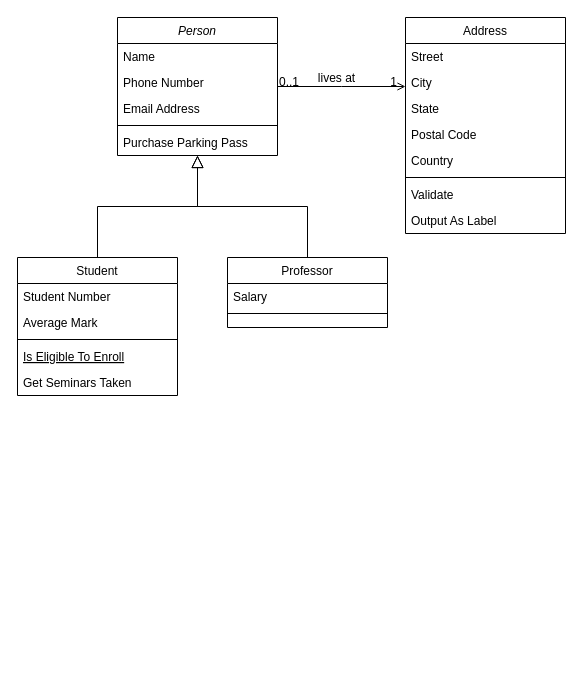
Ifattt/tefa-perpus-digital keeps this draw.io diagram as diagramclass-perpus.drawio. Above is the earlier version. Source tidied: cells renumbered, new cells numbered last; positions are measured from the earlier drawing's top-left corner, leaving out a move shared by most shapes. Both pictures are drawn from the tidied source at 100%, with x=0, y=0 at pixel (17, 17).
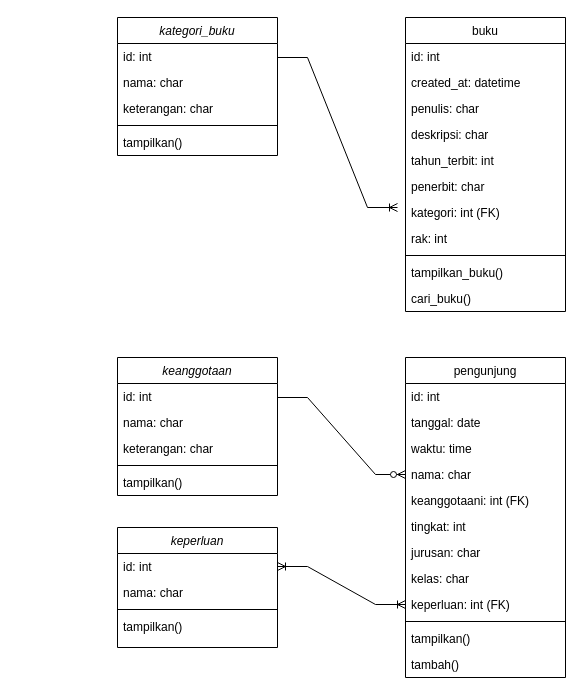
After the change.

The edit, as a diff of the source:
```diff
@@
-    <mxCell id="2" value="Person" style="swimlane;fontStyle=2;align=center;verticalAlign=top;horizontal=1;startSize=26;rounded=0;shadow=0;strokeWidth=1;" parent="1" vertex="1">
+    <mxCell id="2" value="kategori_buku" style="swimlane;fontStyle=2;align=center;verticalAlign=top;horizontal=1;startSize=26;rounded=0;shadow=0;strokeWidth=1;" parent="1" vertex="1">
       <mxGeometry x="100" width="160" height="138" as="geometry" />
     </mxCell>
-    <mxCell id="3" value="Name" style="text;align=left;verticalAlign=top;spacingLeft=4;spacingRight=4;overflow=hidden;" parent="2" vertex="1">
+    <mxCell id="3" value="id: int" style="text;align=left;verticalAlign=top;spacingLeft=4;spacingRight=4;overflow=hidden;" parent="2" vertex="1">
       <mxGeometry y="26" width="160" height="26" as="geometry" />
     </mxCell>
-    <mxCell id="4" value="Phone Number" style="text;align=left;verticalAlign=top;spacingLeft=4;spacingRight=4;overflow=hidden;rounded=0;shadow=0;html=0;" parent="2" vertex="1">
+    <mxCell id="4" value="nama: char" style="text;align=left;verticalAlign=top;spacingLeft=4;spacingRight=4;overflow=hidden;rounded=0;shadow=0;html=0;" parent="2" vertex="1">
       <mxGeometry y="52" width="160" height="26" as="geometry" />
     </mxCell>
-    <mxCell id="5" value="Email Address" style="text;align=left;verticalAlign=top;spacingLeft=4;spacingRight=4;overflow=hidden;rounded=0;shadow=0;html=0;" parent="2" vertex="1">
+    <mxCell id="5" value="keterangan: char" style="text;align=left;verticalAlign=top;spacingLeft=4;spacingRight=4;overflow=hidden;rounded=0;shadow=0;html=0;" parent="2" vertex="1">
       <mxGeometry y="78" width="160" height="26" as="geometry" />
     </mxCell>
@@
-    <mxCell id="7" value="Purchase Parking Pass" style="text;align=left;verticalAlign=top;spacingLeft=4;spacingRight=4;overflow=hidden;" parent="2" vertex="1">
+    <mxCell id="7" value="tampilkan()" style="text;align=left;verticalAlign=top;spacingLeft=4;spacingRight=4;overflow=hidden;" parent="2" vertex="1">
       <mxGeometry y="112" width="160" height="26" as="geometry" />
     </mxCell>
-    <mxCell id="8" value="Student" style="swimlane;fontStyle=0;align=center;verticalAlign=top;horizontal=1;startSize=26;rounded=0;shadow=0;strokeWidth=1;" parent="1" vertex="1">
-      <mxGeometry y="240" width="160" height="138" as="geometry" />
-    </mxCell>
-    <mxCell id="9" value="Student Number" style="text;align=left;verticalAlign=top;spacingLeft=4;spacingRight=4;overflow=hidden;" parent="8" vertex="1">
-      <mxGeometry y="26" width="160" height="26" as="geometry" />
-    </mxCell>
-    <mxCell id="10" value="Average Mark" style="text;align=left;verticalAlign=top;spacingLeft=4;spacingRight=4;overflow=hidden;rounded=0;shadow=0;html=0;" parent="8" vertex="1">
-      <mxGeometry y="52" width="160" height="26" as="geometry" />
-    </mxCell>
-    <mxCell id="11" style="line;html=1;strokeWidth=1;align=left;verticalAlign=middle;spacingTop=-1;spacingLeft=3;spacingRight=3;labelPosition=right;" parent="8" vertex="1">
-      <mxGeometry y="78" width="160" height="8" as="geometry" />
-    </mxCell>
-    <mxCell id="12" value="Is Eligible To Enroll" style="text;align=left;verticalAlign=top;spacingLeft=4;spacingRight=4;overflow=hidden;fontStyle=4;" parent="8" vertex="1">
-      <mxGeometry y="86" width="160" height="26" as="geometry" />
-    </mxCell>
-    <mxCell id="13" value="Get Seminars Taken" style="text;align=left;verticalAlign=top;spacingLeft=4;spacingRight=4;overflow=hidden;" parent="8" vertex="1">
-      <mxGeometry y="112" width="160" height="26" as="geometry" />
-    </mxCell>
-    <mxCell id="14" style="endArrow=block;endSize=10;endFill=0;shadow=0;strokeWidth=1;rounded=0;edgeStyle=elbowEdgeStyle;elbow=vertical;" parent="1" edge="1" source="8" target="2">
-      <mxGeometry relative="1" as="geometry" />
-    </mxCell>
-    <mxCell id="15" value="Professor" style="swimlane;fontStyle=0;align=center;verticalAlign=top;horizontal=1;startSize=26;rounded=0;shadow=0;strokeWidth=1;" parent="1" vertex="1">
-      <mxGeometry x="210" y="240" width="160" height="70" as="geometry" />
-    </mxCell>
-    <mxCell id="16" value="Salary" style="text;align=left;verticalAlign=top;spacingLeft=4;spacingRight=4;overflow=hidden;" parent="15" vertex="1">
-      <mxGeometry y="26" width="160" height="26" as="geometry" />
-    </mxCell>
-    <mxCell id="17" style="line;html=1;strokeWidth=1;align=left;verticalAlign=middle;spacingTop=-1;spacingLeft=3;spacingRight=3;labelPosition=right;" parent="15" vertex="1">
-      <mxGeometry y="52" width="160" height="8" as="geometry" />
-    </mxCell>
-    <mxCell id="18" style="endArrow=block;endSize=10;endFill=0;shadow=0;strokeWidth=1;rounded=0;edgeStyle=elbowEdgeStyle;elbow=vertical;" parent="1" edge="1" source="15" target="2">
-      <mxGeometry relative="1" as="geometry" />
-    </mxCell>
-    <mxCell id="19" value="Address" style="swimlane;fontStyle=0;align=center;verticalAlign=top;horizontal=1;startSize=26;rounded=0;shadow=0;strokeWidth=1;" parent="1" vertex="1">
-      <mxGeometry x="388" width="160" height="216" as="geometry" />
+    <mxCell id="19" value="buku" style="swimlane;fontStyle=0;align=center;verticalAlign=top;horizontal=1;startSize=26;rounded=0;shadow=0;strokeWidth=1;" parent="1" vertex="1">
+      <mxGeometry x="388" width="160" height="294" as="geometry" />
     </mxCell>
-    <mxCell id="20" value="Street" style="text;align=left;verticalAlign=top;spacingLeft=4;spacingRight=4;overflow=hidden;" parent="19" vertex="1">
+    <mxCell id="20" value="id: int" style="text;align=left;verticalAlign=top;spacingLeft=4;spacingRight=4;overflow=hidden;" parent="19" vertex="1">
       <mxGeometry y="26" width="160" height="26" as="geometry" />
     </mxCell>
-    <mxCell id="21" value="City" style="text;align=left;verticalAlign=top;spacingLeft=4;spacingRight=4;overflow=hidden;rounded=0;shadow=0;html=0;" parent="19" vertex="1">
+    <mxCell id="21" value="created_at: datetime" style="text;align=left;verticalAlign=top;spacingLeft=4;spacingRight=4;overflow=hidden;rounded=0;shadow=0;html=0;" parent="19" vertex="1">
       <mxGeometry y="52" width="160" height="26" as="geometry" />
     </mxCell>
-    <mxCell id="22" value="State" style="text;align=left;verticalAlign=top;spacingLeft=4;spacingRight=4;overflow=hidden;rounded=0;shadow=0;html=0;" parent="19" vertex="1">
+    <mxCell id="22" value="penulis: char" style="text;align=left;verticalAlign=top;spacingLeft=4;spacingRight=4;overflow=hidden;rounded=0;shadow=0;html=0;" parent="19" vertex="1">
       <mxGeometry y="78" width="160" height="26" as="geometry" />
     </mxCell>
-    <mxCell id="23" value="Postal Code" style="text;align=left;verticalAlign=top;spacingLeft=4;spacingRight=4;overflow=hidden;rounded=0;shadow=0;html=0;" parent="19" vertex="1">
+    <mxCell id="23" value="deskripsi: char" style="text;align=left;verticalAlign=top;spacingLeft=4;spacingRight=4;overflow=hidden;rounded=0;shadow=0;html=0;" parent="19" vertex="1">
       <mxGeometry y="104" width="160" height="26" as="geometry" />
     </mxCell>
-    <mxCell id="24" value="Country" style="text;align=left;verticalAlign=top;spacingLeft=4;spacingRight=4;overflow=hidden;rounded=0;shadow=0;html=0;" parent="19" vertex="1">
+    <mxCell id="24" value="tahun_terbit: int" style="text;align=left;verticalAlign=top;spacingLeft=4;spacingRight=4;overflow=hidden;rounded=0;shadow=0;html=0;" parent="19" vertex="1">
       <mxGeometry y="130" width="160" height="26" as="geometry" />
     </mxCell>
+    <mxCell id="32" value="penerbit: char" style="text;align=left;verticalAlign=top;spacingLeft=4;spacingRight=4;overflow=hidden;rounded=0;shadow=0;html=0;" parent="19" vertex="1">
+      <mxGeometry y="156" width="160" height="26" as="geometry" />
+    </mxCell>
+    <mxCell id="33" value="kategori: int (FK)" style="text;align=left;verticalAlign=top;spacingLeft=4;spacingRight=4;overflow=hidden;rounded=0;shadow=0;html=0;" parent="19" vertex="1">
+      <mxGeometry y="182" width="160" height="26" as="geometry" />
+    </mxCell>
+    <mxCell id="34" value="rak: int" style="text;align=left;verticalAlign=top;spacingLeft=4;spacingRight=4;overflow=hidden;rounded=0;shadow=0;html=0;" parent="19" vertex="1">
+      <mxGeometry y="208" width="160" height="26" as="geometry" />
+    </mxCell>
     <mxCell id="25" style="line;html=1;strokeWidth=1;align=left;verticalAlign=middle;spacingTop=-1;spacingLeft=3;spacingRight=3;labelPosition=right;" parent="19" vertex="1">
-      <mxGeometry y="156" width="160" height="8" as="geometry" />
+      <mxGeometry y="234" width="160" height="8" as="geometry" />
     </mxCell>
-    <mxCell id="26" value="Validate" style="text;align=left;verticalAlign=top;spacingLeft=4;spacingRight=4;overflow=hidden;" parent="19" vertex="1">
-      <mxGeometry y="164" width="160" height="26" as="geometry" />
+    <mxCell id="26" value="tampilkan_buku()" style="text;align=left;verticalAlign=top;spacingLeft=4;spacingRight=4;overflow=hidden;" parent="19" vertex="1">
+      <mxGeometry y="242" width="160" height="26" as="geometry" />
     </mxCell>
-    <mxCell id="27" value="Output As Label" style="text;align=left;verticalAlign=top;spacingLeft=4;spacingRight=4;overflow=hidden;" parent="19" vertex="1">
-      <mxGeometry y="190" width="160" height="26" as="geometry" />
+    <mxCell id="27" value="cari_buku()" style="text;align=left;verticalAlign=top;spacingLeft=4;spacingRight=4;overflow=hidden;" parent="19" vertex="1">
+      <mxGeometry y="268" width="160" height="26" as="geometry" />
     </mxCell>
-    <mxCell id="28" style="endArrow=open;shadow=0;strokeWidth=1;rounded=0;endFill=1;edgeStyle=elbowEdgeStyle;elbow=vertical;" parent="1" edge="1" source="2" target="19">
-      <mxGeometry x="0.5" y="41" relative="1" as="geometry">
-        <mxPoint x="-40" y="32" as="offset" />
-      </mxGeometry>
-    </mxCell>
-    <mxCell id="29" value="0..1" style="align=left;verticalAlign=bottom;labelBackgroundColor=none;fontSize=12;" parent="28" vertex="1">
-      <mxGeometry x="-1" relative="1" as="geometry">
-        <mxPoint y="4" as="offset" />
-      </mxGeometry>
-    </mxCell>
-    <mxCell id="30" value="1" style="align=right;verticalAlign=bottom;labelBackgroundColor=none;fontSize=12;" parent="28" vertex="1">
-      <mxGeometry x="1" relative="1" as="geometry">
-        <mxPoint x="-7" y="4" as="offset" />
-      </mxGeometry>
-    </mxCell>
-    <mxCell id="31" value="lives at" style="text;html=1;align=center;verticalAlign=middle;labelBackgroundColor=none;rounded=0;shadow=0;strokeWidth=1;fontSize=12;" parent="28" vertex="1">
-      <mxGeometry x="0.5" y="49" relative="1" as="geometry">
-        <mxPoint x="-38" y="40" as="offset" />
-      </mxGeometry>
-    </mxCell>
+    <mxCell id="35" value="keanggotaan" style="swimlane;fontStyle=2;align=center;verticalAlign=top;horizontal=1;startSize=26;rounded=0;shadow=0;strokeWidth=1;" parent="1" vertex="1">
+      <mxGeometry x="100" y="340" width="160" height="138" as="geometry" />
+    </mxCell>
+    <mxCell id="36" value="id: int" style="text;align=left;verticalAlign=top;spacingLeft=4;spacingRight=4;overflow=hidden;" parent="35" vertex="1">
+      <mxGeometry y="26" width="160" height="26" as="geometry" />
+    </mxCell>
+    <mxCell id="37" value="nama: char" style="text;align=left;verticalAlign=top;spacingLeft=4;spacingRight=4;overflow=hidden;rounded=0;shadow=0;html=0;" parent="35" vertex="1">
+      <mxGeometry y="52" width="160" height="26" as="geometry" />
+    </mxCell>
+    <mxCell id="38" value="keterangan: char" style="text;align=left;verticalAlign=top;spacingLeft=4;spacingRight=4;overflow=hidden;rounded=0;shadow=0;html=0;" parent="35" vertex="1">
+      <mxGeometry y="78" width="160" height="26" as="geometry" />
+    </mxCell>
+    <mxCell id="39" style="line;html=1;strokeWidth=1;align=left;verticalAlign=middle;spacingTop=-1;spacingLeft=3;spacingRight=3;labelPosition=right;" parent="35" vertex="1">
+      <mxGeometry y="104" width="160" height="8" as="geometry" />
+    </mxCell>
+    <mxCell id="40" value="tampilkan()" style="text;align=left;verticalAlign=top;spacingLeft=4;spacingRight=4;overflow=hidden;" parent="35" vertex="1">
+      <mxGeometry y="112" width="160" height="26" as="geometry" />
+    </mxCell>
+    <mxCell id="41" value="pengunjung" style="swimlane;fontStyle=0;align=center;verticalAlign=top;horizontal=1;startSize=26;rounded=0;shadow=0;strokeWidth=1;" parent="1" vertex="1">
+      <mxGeometry x="388" y="340" width="160" height="320" as="geometry" />
+    </mxCell>
+    <mxCell id="42" value="id: int" style="text;align=left;verticalAlign=top;spacingLeft=4;spacingRight=4;overflow=hidden;" parent="41" vertex="1">
+      <mxGeometry y="26" width="160" height="26" as="geometry" />
+    </mxCell>
+    <mxCell id="43" value="tanggal: date" style="text;align=left;verticalAlign=top;spacingLeft=4;spacingRight=4;overflow=hidden;rounded=0;shadow=0;html=0;" parent="41" vertex="1">
+      <mxGeometry y="52" width="160" height="26" as="geometry" />
+    </mxCell>
+    <mxCell id="44" value="waktu: time" style="text;align=left;verticalAlign=top;spacingLeft=4;spacingRight=4;overflow=hidden;rounded=0;shadow=0;html=0;" parent="41" vertex="1">
+      <mxGeometry y="78" width="160" height="26" as="geometry" />
+    </mxCell>
+    <mxCell id="45" value="nama: char" style="text;align=left;verticalAlign=top;spacingLeft=4;spacingRight=4;overflow=hidden;rounded=0;shadow=0;html=0;" parent="41" vertex="1">
+      <mxGeometry y="104" width="160" height="26" as="geometry" />
+    </mxCell>
+    <mxCell id="46" value="keanggotaani: int (FK)" style="text;align=left;verticalAlign=top;spacingLeft=4;spacingRight=4;overflow=hidden;rounded=0;shadow=0;html=0;" parent="41" vertex="1">
+      <mxGeometry y="130" width="160" height="26" as="geometry" />
+    </mxCell>
+    <mxCell id="47" value="tingkat: int" style="text;align=left;verticalAlign=top;spacingLeft=4;spacingRight=4;overflow=hidden;rounded=0;shadow=0;html=0;" parent="41" vertex="1">
+      <mxGeometry y="156" width="160" height="26" as="geometry" />
+    </mxCell>
+    <mxCell id="48" value="jurusan: char" style="text;align=left;verticalAlign=top;spacingLeft=4;spacingRight=4;overflow=hidden;rounded=0;shadow=0;html=0;" parent="41" vertex="1">
+      <mxGeometry y="182" width="160" height="26" as="geometry" />
+    </mxCell>
+    <mxCell id="49" value="kelas: char" style="text;align=left;verticalAlign=top;spacingLeft=4;spacingRight=4;overflow=hidden;rounded=0;shadow=0;html=0;" parent="41" vertex="1">
+      <mxGeometry y="208" width="160" height="26" as="geometry" />
+    </mxCell>
+    <mxCell id="50" value="keperluan: int (FK)" style="text;align=left;verticalAlign=top;spacingLeft=4;spacingRight=4;overflow=hidden;points=[[0,0.5],[1,0.5]];portConstraint=eastwest;rounded=0;shadow=0;html=0;" parent="41" vertex="1">
+      <mxGeometry y="234" width="160" height="26" as="geometry" />
+    </mxCell>
+    <mxCell id="51" style="line;html=1;strokeWidth=1;align=left;verticalAlign=middle;spacingTop=-1;spacingLeft=3;spacingRight=3;labelPosition=right;" parent="41" vertex="1">
+      <mxGeometry y="260" width="160" height="8" as="geometry" />
+    </mxCell>
+    <mxCell id="52" value="tampilkan()" style="text;align=left;verticalAlign=top;spacingLeft=4;spacingRight=4;overflow=hidden;" parent="41" vertex="1">
+      <mxGeometry y="268" width="160" height="26" as="geometry" />
+    </mxCell>
+    <mxCell id="53" value="tambah()" style="text;align=left;verticalAlign=top;spacingLeft=4;spacingRight=4;overflow=hidden;" parent="41" vertex="1">
+      <mxGeometry y="294" width="160" height="26" as="geometry" />
+    </mxCell>
+    <mxCell id="54" value="keperluan" style="swimlane;fontStyle=2;align=center;verticalAlign=top;horizontal=1;startSize=26;rounded=0;shadow=0;strokeWidth=1;" parent="1" vertex="1">
+      <mxGeometry x="100" y="510" width="160" height="120" as="geometry" />
+    </mxCell>
+    <mxCell id="55" value="id: int" style="text;align=left;verticalAlign=top;spacingLeft=4;spacingRight=4;overflow=hidden;points=[[0,0.5],[1,0.5]];portConstraint=eastwest;" parent="54" vertex="1">
+      <mxGeometry y="26" width="160" height="26" as="geometry" />
+    </mxCell>
+    <mxCell id="56" value="nama: char" style="text;align=left;verticalAlign=top;spacingLeft=4;spacingRight=4;overflow=hidden;rounded=0;shadow=0;html=0;" parent="54" vertex="1">
+      <mxGeometry y="52" width="160" height="26" as="geometry" />
+    </mxCell>
+    <mxCell id="11" style="line;html=1;strokeWidth=1;align=left;verticalAlign=middle;spacingTop=-1;spacingLeft=3;spacingRight=3;labelPosition=right;" parent="54" vertex="1">
+      <mxGeometry y="78" width="160" height="8" as="geometry" />
+    </mxCell>
+    <mxCell id="57" value="tampilkan()" style="text;align=left;verticalAlign=top;spacingLeft=4;spacingRight=4;overflow=hidden;" parent="54" vertex="1">
+      <mxGeometry y="86" width="160" height="26" as="geometry" />
+    </mxCell>
+    <mxCell id="58" style="edgeStyle=entityRelationEdgeStyle;fontSize=12;html=1;endArrow=ERoneToMany;rounded=0;" parent="1" edge="1">
+      <mxGeometry relative="1" as="geometry">
+        <mxPoint x="260" y="40" as="sourcePoint" />
+        <mxPoint x="380" y="190" as="targetPoint" />
+      </mxGeometry>
+    </mxCell>
+    <mxCell id="59" style="edgeStyle=entityRelationEdgeStyle;fontSize=12;html=1;endArrow=ERzeroToMany;endFill=1;rounded=0;entryX=0;entryY=0.5;entryDx=0;entryDy=0;" parent="1" edge="1">
+      <mxGeometry relative="1" as="geometry">
+        <mxPoint x="260" y="380" as="sourcePoint" />
+        <mxPoint x="388" y="457" as="targetPoint" />
+      </mxGeometry>
+    </mxCell>
+    <mxCell id="60" style="edgeStyle=entityRelationEdgeStyle;fontSize=12;html=1;endArrow=ERoneToMany;startArrow=ERoneToMany;rounded=0;exitX=1;exitY=0.5;exitDx=0;exitDy=0;entryX=0;entryY=0.5;entryDx=0;entryDy=0;" parent="1" edge="1" source="55" target="50">
+      <mxGeometry relative="1" as="geometry" />
+    </mxCell>
```
